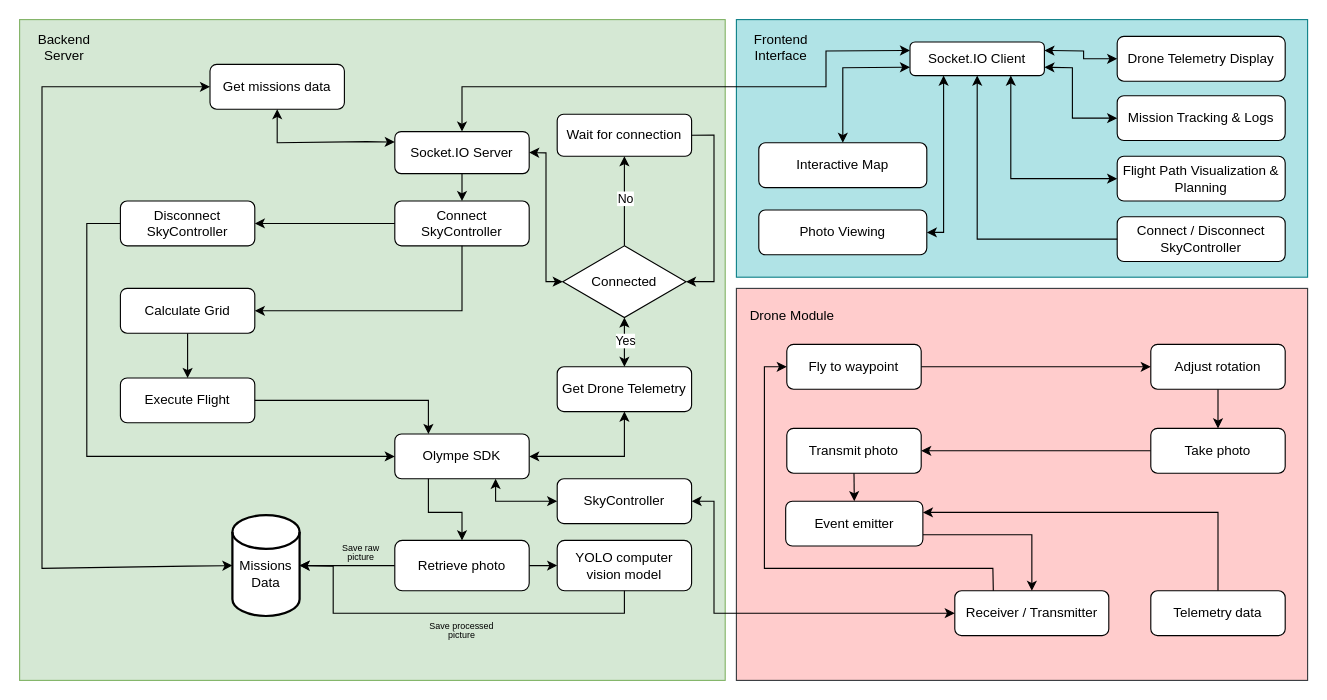
The draw.io diagram AAU-BSc-Software/Project-P6/resources/Untitled Diagram.drawio in Emilprivate/Esd.EDU, before the edit. Source tidied: cells renumbered, new cells numbered last; positions are measured from the earlier drawing's top-left corner, leaving out a move shared by most shapes. Both pictures are drawn from the tidied source at 112%, with x=0, y=0 at pixel (19, 19).
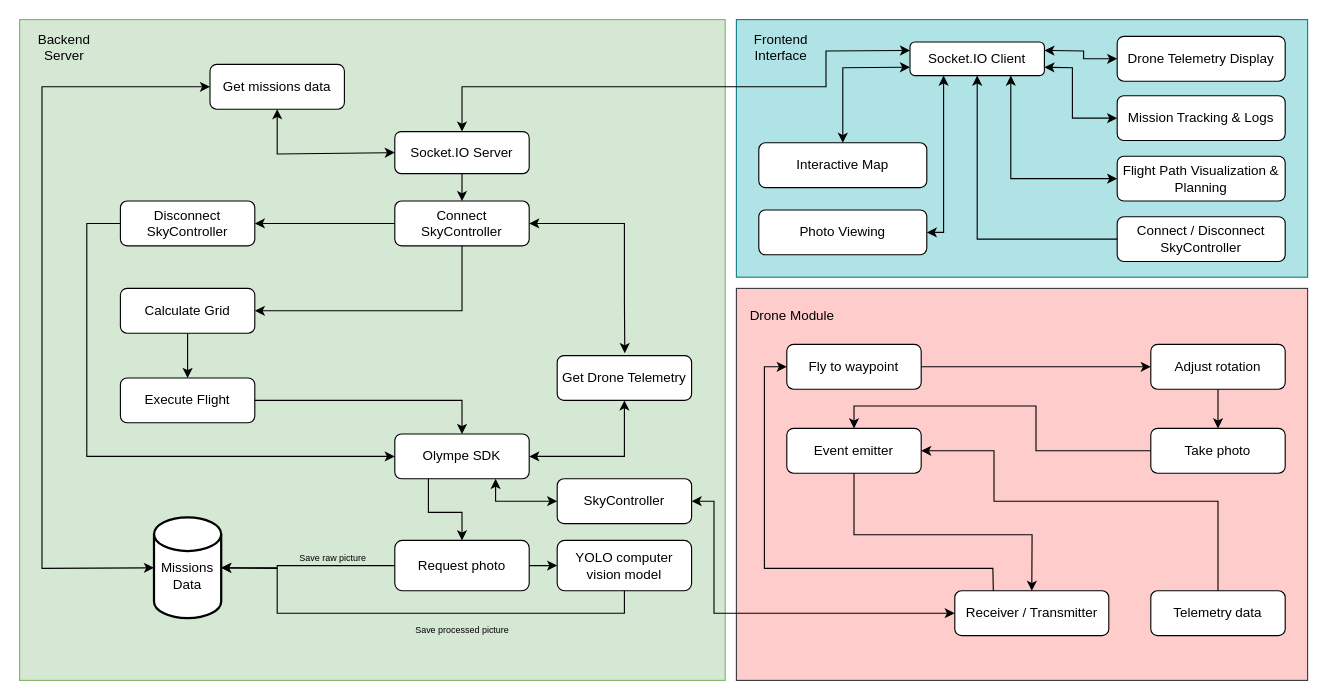
Above is the later version.

The change refers to these unchanged cells:
```xml
<mxCell id="17" value="Socket.IO Server" style="rounded=1;whiteSpace=wrap;html=1;" parent="1" vertex="1">
  <mxGeometry x="335" y="100" width="120" height="37.5" as="geometry" />
</mxCell>
<mxCell id="20" value="&lt;div&gt;Olympe SDK&lt;/div&gt;" style="rounded=1;whiteSpace=wrap;html=1;strokeColor=default;align=center;verticalAlign=middle;fontFamily=Helvetica;fontSize=12;fontColor=default;fillColor=default;" parent="1" vertex="1">
  <mxGeometry x="335" y="370" width="120" height="40" as="geometry" />
</mxCell>
<mxCell id="24" value="Execute Flight" style="rounded=1;whiteSpace=wrap;html=1;strokeColor=default;align=center;verticalAlign=middle;fontFamily=Helvetica;fontSize=12;fontColor=default;fillColor=default;" parent="1" vertex="1">
  <mxGeometry x="90" y="320" width="120" height="40" as="geometry" />
</mxCell>
<mxCell id="31" value="Take photo" style="rounded=1;whiteSpace=wrap;html=1;strokeColor=default;align=center;verticalAlign=middle;fontFamily=Helvetica;fontSize=12;fontColor=default;fillColor=default;" parent="1" vertex="1">
  <mxGeometry x="1010" y="365" width="120" height="40" as="geometry" />
</mxCell>
<mxCell id="39" value="YOLO computer vision model" style="rounded=1;whiteSpace=wrap;html=1;strokeColor=default;align=center;verticalAlign=middle;fontFamily=Helvetica;fontSize=12;fontColor=default;fillColor=default;" parent="1" vertex="1">
  <mxGeometry x="480" y="465" width="120" height="45" as="geometry" />
</mxCell>
<mxCell id="43" value="Get missions data" style="rounded=1;whiteSpace=wrap;html=1;strokeColor=default;align=center;verticalAlign=middle;fontFamily=Helvetica;fontSize=12;fontColor=default;fillColor=default;" parent="1" vertex="1">
  <mxGeometry x="170" y="40" width="120" height="40" as="geometry" />
</mxCell>
<mxCell id="52" value="Telemetry data" style="rounded=1;whiteSpace=wrap;html=1;strokeColor=default;align=center;verticalAlign=middle;fontFamily=Helvetica;fontSize=12;fontColor=default;fillColor=default;" parent="1" vertex="1">
  <mxGeometry x="1010" y="510" width="120" height="40" as="geometry" />
</mxCell>
<mxCell id="53" value="Receiver / Transmitter" style="rounded=1;whiteSpace=wrap;html=1;strokeColor=default;align=center;verticalAlign=middle;fontFamily=Helvetica;fontSize=12;fontColor=default;fillColor=default;" parent="1" vertex="1">
  <mxGeometry x="835" y="510" width="137.5" height="40" as="geometry" />
</mxCell>
<mxCell id="62" value="Connect SkyController" style="rounded=1;whiteSpace=wrap;html=1;strokeColor=default;align=center;verticalAlign=middle;fontFamily=Helvetica;fontSize=12;fontColor=default;fillColor=default;" parent="1" vertex="1">
  <mxGeometry x="335" y="162" width="120" height="40" as="geometry" />
</mxCell>
```

Diff of the diagram source:
```diff
@@
     <mxCell id="18" value="&lt;div&gt;&lt;br&gt;&lt;/div&gt;&lt;div&gt;Missions Data&lt;/div&gt;" style="strokeWidth=2;html=1;shape=mxgraph.flowchart.database;whiteSpace=wrap;rounded=0;strokeColor=default;align=center;verticalAlign=middle;fontFamily=Helvetica;fontSize=12;fontColor=default;fillColor=default;" parent="1" vertex="1">
-      <mxGeometry x="190" y="442.5" width="60" height="90" as="geometry" />
+      <mxGeometry x="120" y="444.5" width="60" height="90" as="geometry" />
     </mxCell>
@@
     <mxCell id="21" value="Get Drone Telemetry" style="rounded=1;whiteSpace=wrap;html=1;strokeColor=default;align=center;verticalAlign=middle;fontFamily=Helvetica;fontSize=12;fontColor=default;fillColor=default;" parent="1" vertex="1">
-      <mxGeometry x="480" y="310" width="120" height="40" as="geometry" />
+      <mxGeometry x="480" y="300" width="120" height="40" as="geometry" />
     </mxCell>
@@
-    <mxCell id="30" style="edgeStyle=orthogonalEdgeStyle;rounded=0;jettySize=auto;html=1;fontFamily=Helvetica;fontSize=12;fontColor=default;" parent="1" edge="1" source="31" target="32">
+    <mxCell id="30" style="edgeStyle=orthogonalEdgeStyle;rounded=0;jettySize=auto;html=1;fontFamily=Helvetica;fontSize=12;fontColor=default;entryX=0.5;entryY=0;entryDx=0;entryDy=0;" parent="1" edge="1" source="31" target="32">
       <mxGeometry relative="1" as="geometry" />
     </mxCell>
@@
-    <mxCell id="32" value="Transmit photo" style="rounded=1;whiteSpace=wrap;html=1;strokeColor=default;align=center;verticalAlign=middle;fontFamily=Helvetica;fontSize=12;fontColor=default;fillColor=default;" parent="1" vertex="1">
+    <mxCell id="32" value="Event emitter" style="rounded=1;whiteSpace=wrap;html=1;strokeColor=default;align=center;verticalAlign=middle;fontFamily=Helvetica;fontSize=12;fontColor=default;fillColor=default;" parent="1" vertex="1">
       <mxGeometry x="685" y="365" width="120" height="40" as="geometry" />
     </mxCell>
+    <mxCell id="34" style="edgeStyle=orthogonalEdgeStyle;rounded=0;jettySize=auto;html=1;fontFamily=Helvetica;fontSize=12;fontColor=default;" parent="1" edge="1" source="35" target="39">
+      <mxGeometry relative="1" as="geometry" />
+    </mxCell>
-    <mxCell id="33" style="edgeStyle=orthogonalEdgeStyle;rounded=0;jettySize=auto;html=1;fontFamily=Helvetica;fontSize=12;fontColor=default;entryX=1;entryY=0.5;entryDx=0;entryDy=0;entryPerimeter=0;" parent="1" edge="1" source="35" target="18">
-      <mxGeometry relative="1" as="geometry" />
+    <mxCell id="33" style="edgeStyle=orthogonalEdgeStyle;rounded=0;jettySize=auto;html=1;entryX=1;entryY=0.5;entryDx=0;entryDy=0;entryPerimeter=0;" parent="1" edge="1" source="35" target="18">
+      <mxGeometry relative="1" as="geometry">
+        <Array as="points">
+          <mxPoint x="230" y="487" />
+          <mxPoint x="230" y="489" />
+        </Array>
+      </mxGeometry>
     </mxCell>
-    <mxCell id="34" style="edgeStyle=orthogonalEdgeStyle;rounded=0;jettySize=auto;html=1;fontFamily=Helvetica;fontSize=12;fontColor=default;" parent="1" edge="1" source="35" target="39">
-      <mxGeometry relative="1" as="geometry" />
-    </mxCell>
-    <mxCell id="35" value="Retrieve photo" style="rounded=1;whiteSpace=wrap;html=1;strokeColor=default;align=center;verticalAlign=middle;fontFamily=Helvetica;fontSize=12;fontColor=default;fillColor=default;" parent="1" vertex="1">
+    <mxCell id="35" value="Request photo" style="rounded=1;whiteSpace=wrap;html=1;strokeColor=default;align=center;verticalAlign=middle;fontFamily=Helvetica;fontSize=12;fontColor=default;fillColor=default;" parent="1" vertex="1">
       <mxGeometry x="335" y="465" width="120" height="45" as="geometry" />
     </mxCell>
-    <mxCell id="36" style="edgeStyle=orthogonalEdgeStyle;rounded=0;jettySize=auto;html=1;exitX=1;exitY=0.75;exitDx=0;exitDy=0;" parent="1" edge="1" source="37" target="53">
-      <mxGeometry relative="1" as="geometry" />
-    </mxCell>
-    <mxCell id="37" value="Event emitter" style="rounded=1;whiteSpace=wrap;html=1;strokeColor=default;align=center;verticalAlign=middle;fontFamily=Helvetica;fontSize=12;fontColor=default;fillColor=default;" parent="1" vertex="1">
-      <mxGeometry x="684" y="430" width="122.5" height="40" as="geometry" />
-    </mxCell>
@@
     <mxCell id="40" style="endArrow=classic;html=1;rounded=0;fontFamily=Helvetica;fontSize=12;fontColor=default;exitX=0.5;exitY=1;exitDx=0;exitDy=0;entryX=1;entryY=0.5;entryDx=0;entryDy=0;entryPerimeter=0;" parent="1" edge="1" source="39" target="18">
       <mxGeometry relative="1" as="geometry">
         <Array as="points">
           <mxPoint x="540" y="530" />
           <mxPoint x="320" y="530" />
           <mxPoint x="280" y="530" />
-          <mxPoint x="280" y="488" />
+          <mxPoint x="230" y="530" />
+          <mxPoint x="230" y="490" />
         </Array>
       </mxGeometry>
     </mxCell>
     <mxCell id="41" value="&lt;div style=&quot;line-height: 60%;&quot;&gt;&lt;font style=&quot;font-size: 8px; line-height: 60%;&quot;&gt;Save raw picture&lt;/font&gt;&lt;/div&gt;" style="text;html=1;align=center;verticalAlign=middle;whiteSpace=wrap;rounded=0;fontFamily=Helvetica;fontSize=12;fontColor=default;" parent="1" vertex="1">
-      <mxGeometry x="275" y="460" width="60" height="30" as="geometry" />
+      <mxGeometry x="240" y="465" width="80" height="30" as="geometry" />
     </mxCell>
     <mxCell id="42" value="&lt;div style=&quot;line-height: 60%;&quot;&gt;&lt;div&gt;&lt;font style=&quot;font-size: 8px; line-height: 60%;&quot;&gt;Save processed picture&lt;/font&gt;&lt;/div&gt;&lt;/div&gt;" style="text;html=1;align=center;verticalAlign=middle;whiteSpace=wrap;rounded=0;fontFamily=Helvetica;fontSize=12;fontColor=default;" parent="1" vertex="1">
-      <mxGeometry x="365" y="530" width="60" height="30" as="geometry" />
+      <mxGeometry x="342.5" y="528.5" width="105" height="30" as="geometry" />
     </mxCell>
@@
     <mxCell id="44" style="endArrow=classic;startArrow=classic;html=1;rounded=0;fontFamily=Helvetica;fontSize=12;fontColor=default;entryX=0;entryY=0.5;entryDx=0;entryDy=0;exitX=0;exitY=0.5;exitDx=0;exitDy=0;exitPerimeter=0;" parent="1" edge="1" source="18" target="43">
       <mxGeometry relative="1" as="geometry">
         <Array as="points">
-          <mxPoint x="150" y="488" />
           <mxPoint x="20" y="490" />
           <mxPoint x="20" y="75" />
           <mxPoint x="20" y="60" />
         </Array>
       </mxGeometry>
     </mxCell>
-    <mxCell id="45" style="endArrow=classic;startArrow=classic;html=1;rounded=0;fontFamily=Helvetica;fontSize=12;fontColor=default;exitX=0.5;exitY=1;exitDx=0;exitDy=0;entryX=0;entryY=0.25;entryDx=0;entryDy=0;" parent="1" edge="1" source="43" target="17">
+    <mxCell id="45" style="endArrow=classic;startArrow=classic;html=1;rounded=0;fontFamily=Helvetica;fontSize=12;fontColor=default;exitX=0.5;exitY=1;exitDx=0;exitDy=0;entryX=0;entryY=0.5;entryDx=0;entryDy=0;" parent="1" edge="1" source="43" target="17">
       <mxGeometry relative="1" as="geometry">
         <Array as="points">
           <mxPoint x="230" y="110" />
-          <mxPoint x="310" y="109" />
+          <mxPoint x="230" y="120" />
         </Array>
       </mxGeometry>
     </mxCell>
@@
-    <mxCell id="50" style="endArrow=classic;html=1;rounded=0;exitX=0.5;exitY=1;exitDx=0;exitDy=0;entryX=0.5;entryY=0;entryDx=0;entryDy=0;" parent="1" edge="1" source="32" target="37">
-      <mxGeometry relative="1" as="geometry" />
-    </mxCell>
-    <mxCell id="51" style="edgeStyle=orthogonalEdgeStyle;rounded=0;jettySize=auto;html=1;entryX=1;entryY=0.25;entryDx=0;entryDy=0;" parent="1" edge="1" source="52" target="37">
-      <mxGeometry relative="1" as="geometry">
-        <Array as="points">
-          <mxPoint x="1070" y="440" />
-        </Array>
-      </mxGeometry>
-    </mxCell>
@@
-    <mxCell id="61" style="endArrow=classic;html=1;rounded=0;exitX=1;exitY=0.5;exitDx=0;exitDy=0;entryX=0.25;entryY=0;entryDx=0;entryDy=0;" parent="1" edge="1" source="24" target="20">
+    <mxCell id="61" style="endArrow=classic;html=1;rounded=0;exitX=1;exitY=0.5;exitDx=0;exitDy=0;entryX=0.5;entryY=0;entryDx=0;entryDy=0;" parent="1" edge="1" source="24" target="20">
       <mxGeometry relative="1" as="geometry">
         <Array as="points">
-          <mxPoint x="365" y="340" />
+          <mxPoint x="395" y="340" />
         </Array>
       </mxGeometry>
     </mxCell>
@@
-    <mxCell id="65" value="Connected" style="rhombus;whiteSpace=wrap;html=1;" parent="1" vertex="1">
-      <mxGeometry x="485" y="202" width="110" height="64" as="geometry" />
-    </mxCell>
-    <mxCell id="66" value="Wait for connection" style="rounded=1;whiteSpace=wrap;html=1;" parent="1" vertex="1">
-      <mxGeometry x="480" y="84.5" width="120" height="37.5" as="geometry" />
-    </mxCell>
-    <mxCell id="67" style="endArrow=classic;html=1;rounded=0;exitX=0.5;exitY=0;exitDx=0;exitDy=0;entryX=0.5;entryY=1;entryDx=0;entryDy=0;" parent="1" edge="1" source="65" target="66">
-      <mxGeometry relative="1" as="geometry" />
-    </mxCell>
-    <mxCell id="68" value="No" style="edgeLabel;html=1;align=center;verticalAlign=middle;" parent="67" vertex="1">
-      <mxGeometry x="0.07" relative="1" as="geometry" />
-    </mxCell>
-    <mxCell id="69" style="endArrow=classic;html=1;rounded=0;exitX=1;exitY=0.5;exitDx=0;exitDy=0;entryX=1;entryY=0.5;entryDx=0;entryDy=0;" parent="1" edge="1" source="66" target="65">
-      <mxGeometry relative="1" as="geometry">
-        <Array as="points">
-          <mxPoint x="620" y="103" />
-          <mxPoint x="620" y="234" />
-        </Array>
-      </mxGeometry>
-    </mxCell>
-    <mxCell id="70" style="endArrow=classic;startArrow=classic;html=1;rounded=0;exitX=0.5;exitY=1;exitDx=0;exitDy=0;entryX=0.5;entryY=0;entryDx=0;entryDy=0;" parent="1" edge="1" source="65" target="21">
-      <mxGeometry relative="1" as="geometry" />
-    </mxCell>
-    <mxCell id="71" value="Yes" style="edgeLabel;html=1;align=center;verticalAlign=middle;" parent="70" vertex="1">
-      <mxGeometry x="-0.11" relative="1" as="geometry" />
-    </mxCell>
-    <mxCell id="72" style="endArrow=classic;startArrow=classic;html=1;rounded=0;exitX=1;exitY=0.5;exitDx=0;exitDy=0;entryX=0;entryY=0.5;entryDx=0;entryDy=0;" parent="1" edge="1" source="17" target="65">
-      <mxGeometry relative="1" as="geometry">
-        <Array as="points">
-          <mxPoint x="470" y="119" />
-          <mxPoint x="470" y="234" />
-        </Array>
-      </mxGeometry>
-    </mxCell>
+    <mxCell id="73" style="endArrow=classic;startArrow=classic;html=1;rounded=0;exitX=1;exitY=0.5;exitDx=0;exitDy=0;entryX=0.503;entryY=-0.055;entryDx=0;entryDy=0;entryPerimeter=0;" parent="1" edge="1" source="62" target="21">
+      <mxGeometry relative="1" as="geometry">
+        <Array as="points">
+          <mxPoint x="540" y="182" />
+          <mxPoint x="540" y="250" />
+        </Array>
+      </mxGeometry>
+    </mxCell>
+    <mxCell id="74" style="endArrow=classic;html=1;rounded=0;exitX=0.5;exitY=0;exitDx=0;exitDy=0;entryX=1;entryY=0.5;entryDx=0;entryDy=0;" parent="1" edge="1" source="52" target="32">
+      <mxGeometry relative="1" as="geometry">
+        <Array as="points">
+          <mxPoint x="1070" y="430" />
+          <mxPoint x="870" y="430" />
+          <mxPoint x="870" y="385" />
+        </Array>
+      </mxGeometry>
+    </mxCell>
+    <mxCell id="75" style="endArrow=classic;html=1;rounded=0;exitX=0.5;exitY=1;exitDx=0;exitDy=0;entryX=0.5;entryY=0;entryDx=0;entryDy=0;" parent="1" edge="1" source="32" target="53">
+      <mxGeometry relative="1" as="geometry">
+        <Array as="points">
+          <mxPoint x="745" y="440" />
+          <mxPoint x="745" y="460" />
+          <mxPoint x="904" y="460" />
+        </Array>
+      </mxGeometry>
+    </mxCell>
```
